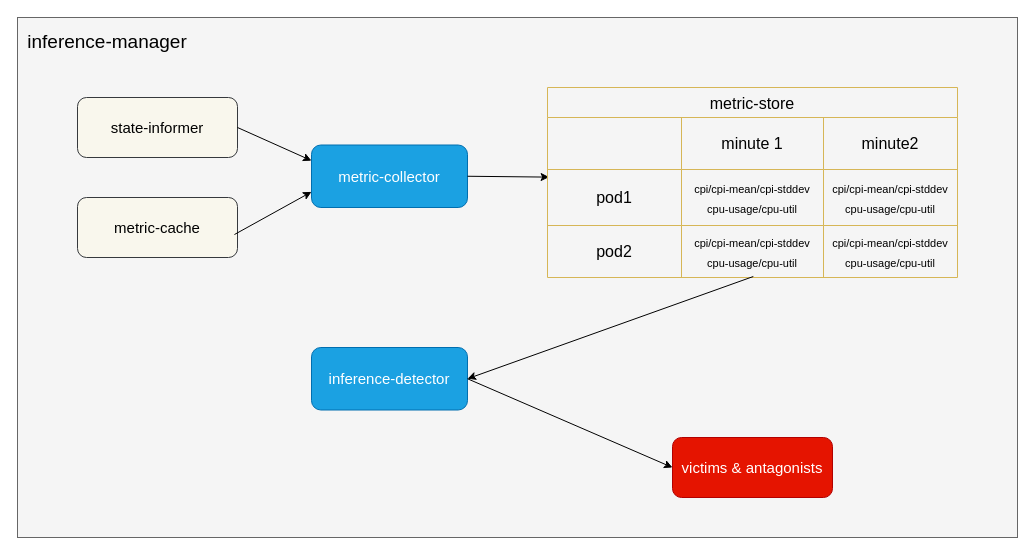
The draw.io diagram inference-manager.drawio in YanshanSong/draw.io, before the edit. Source tidied: cells renumbered, new cells numbered last; positions are measured from the earlier drawing's top-left corner, leaving out a move shared by most shapes. Both pictures are drawn from the tidied source at 100%, with x=0, y=0 at pixel (17, 17).
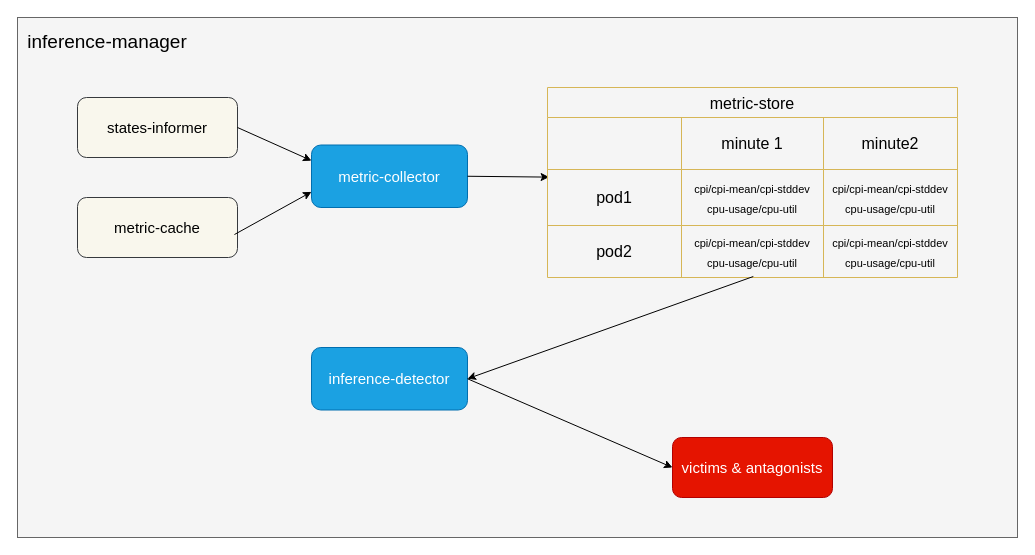
The same page after the edit.

Diff of the diagram source:
```diff
@@
-    <mxCell id="5" value="&lt;font style=&quot;font-size: 15px;&quot;&gt;state-informer&lt;/font&gt;" style="rounded=1;whiteSpace=wrap;html=1;align=center;verticalAlign=middle;fontFamily=Helvetica;fontSize=12;fillColor=#f9f7ed;strokeColor=#36393d;" parent="1" vertex="1">
+    <mxCell id="5" value="&lt;font style=&quot;font-size: 15px;&quot;&gt;states-informer&lt;/font&gt;" style="rounded=1;whiteSpace=wrap;html=1;align=center;verticalAlign=middle;fontFamily=Helvetica;fontSize=12;fillColor=#f9f7ed;strokeColor=#36393d;" parent="1" vertex="1">
       <mxGeometry x="60" y="80" width="160" height="60" as="geometry" />
     </mxCell>
```
